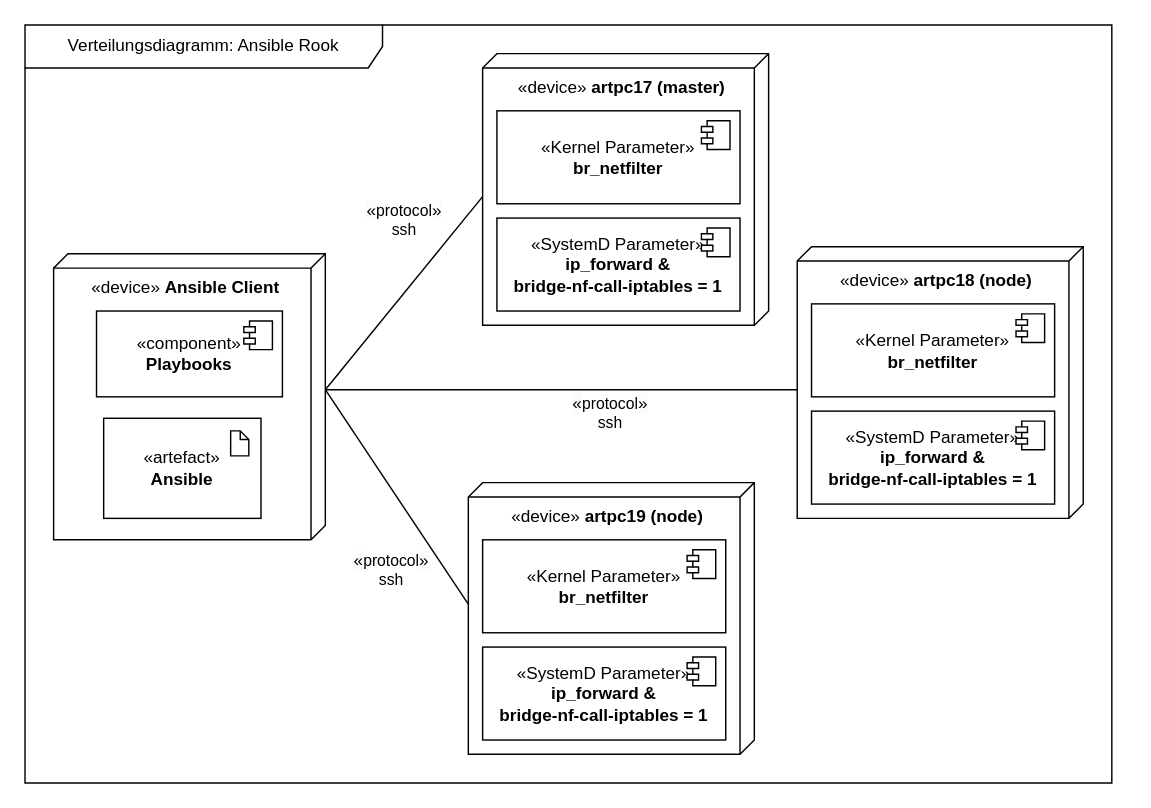
pogii123/drawio-charts keeps this draw.io diagram as uni-bsc/dd-ansible-rook.drawio. Above is the earlier version. Source tidied: cells renumbered, new cells numbered last; positions are measured from the earlier drawing's top-left corner, leaving out a move shared by most shapes. Both pictures are drawn from the tidied source at 143%, with x=0, y=0 at pixel (24, 24).
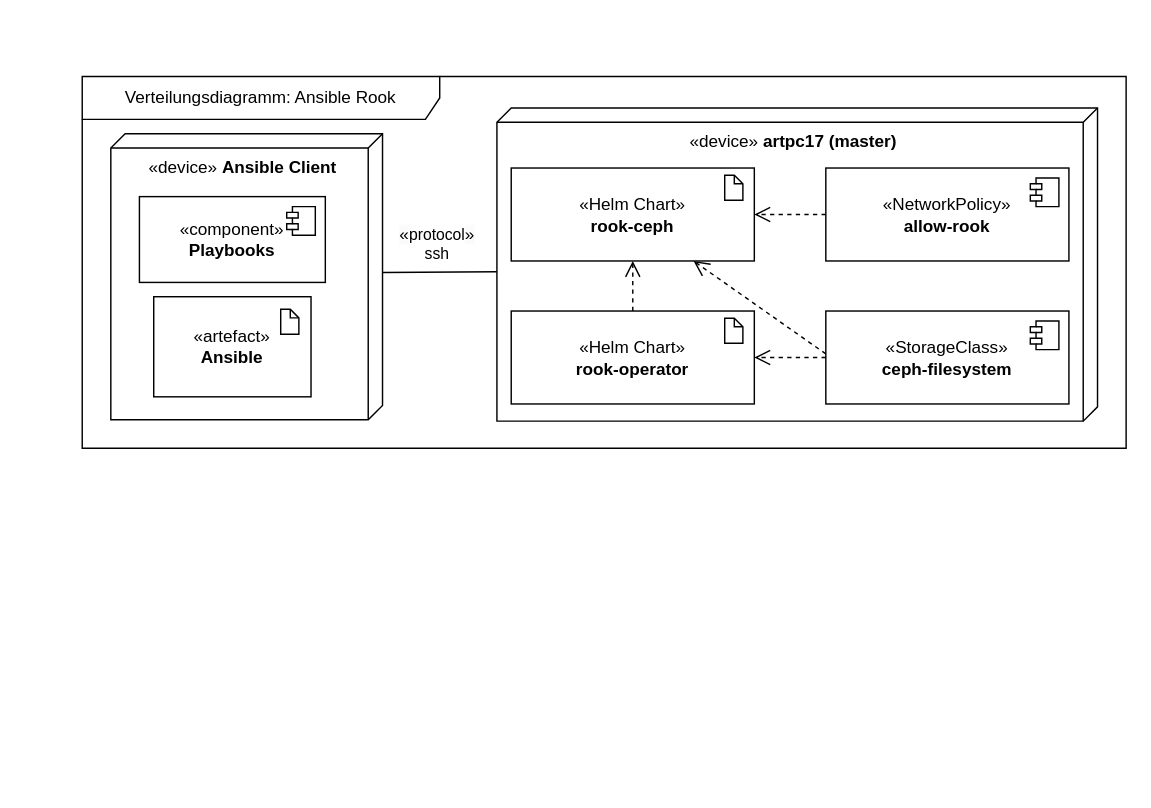
Above is the later version.

The edit, as a diff of the source:
```diff
@@
-    <mxCell id="2" style="rounded=0;jettySize=auto;html=1;exitX=0;exitY=0;exitDx=95;exitDy=0;exitPerimeter=0;entryX=0;entryY=0;entryDx=100;entryDy=190;entryPerimeter=0;endArrow=none;endFill=0;" parent="1" edge="1" source="7" target="19">
-      <mxGeometry relative="1" as="geometry" />
-    </mxCell>
-    <mxCell id="3" value="&lt;span style=&quot;font-size: 12px; text-wrap: wrap; background-color: rgb(251, 251, 251);&quot;&gt;«&lt;/span&gt;protocol&lt;span style=&quot;font-size: 12px; text-wrap: wrap; background-color: rgb(251, 251, 251);&quot;&gt;»&lt;/span&gt;&lt;br&gt;ssh" style="edgeLabel;html=1;align=center;verticalAlign=middle;" parent="2" vertex="1">
-      <mxGeometry x="0.06" y="4" relative="1" as="geometry">
-        <mxPoint x="-16" y="40" as="offset" />
-      </mxGeometry>
-    </mxCell>
-    <mxCell id="4" value="&lt;span style=&quot;font-size: 12px; text-wrap: wrap; background-color: rgb(251, 251, 251);&quot;&gt;«&lt;/span&gt;protocol&lt;span style=&quot;font-size: 12px; text-wrap: wrap; background-color: rgb(251, 251, 251);&quot;&gt;»&lt;/span&gt;&lt;br&gt;ssh" style="rounded=0;jettySize=auto;html=1;exitX=0;exitY=0;exitDx=95;exitDy=0;exitPerimeter=0;entryX=0;entryY=0;entryDx=100;entryDy=190;entryPerimeter=0;endArrow=none;endFill=0;" parent="1" edge="1" source="7" target="14">
-      <mxGeometry x="0.17" y="-16" relative="1" as="geometry" />
-    </mxCell>
-    <mxCell id="5" style="rounded=0;jettySize=auto;html=1;exitX=0;exitY=0;exitDx=95;exitDy=0;exitPerimeter=0;entryX=0;entryY=0;entryDx=100;entryDy=200;entryPerimeter=0;endArrow=none;endFill=0;" parent="1" edge="1" source="7" target="24">
-      <mxGeometry relative="1" as="geometry" />
+    <mxCell id="5" style="rounded=0;jettySize=auto;html=1;entryX=0;entryY=0;entryDx=114.5;entryDy=420;entryPerimeter=0;endArrow=none;endFill=0;" parent="1" edge="1" target="24">
+      <mxGeometry relative="1" as="geometry">
+        <mxPoint x="250" y="173" as="sourcePoint" />
+      </mxGeometry>
     </mxCell>
     <mxCell id="6" value="&lt;span style=&quot;font-size: 12px; text-wrap: wrap; background-color: rgb(251, 251, 251);&quot;&gt;«&lt;/span&gt;protocol&lt;span style=&quot;font-size: 12px; text-wrap: wrap; background-color: rgb(251, 251, 251);&quot;&gt;»&lt;/span&gt;&lt;br&gt;ssh" style="edgeLabel;html=1;align=center;verticalAlign=middle;" parent="5" vertex="1">
       <mxGeometry x="0.13" relative="1" as="geometry">
-        <mxPoint x="-7" y="-44" as="offset" />
+        <mxPoint x="-7" y="-20" as="offset" />
       </mxGeometry>
     </mxCell>
     <mxCell id="7" value="«device»&amp;nbsp;&lt;b&gt;Ansible Client&lt;/b&gt;" style="verticalAlign=top;align=center;shape=cube;size=10;direction=south;html=1;boundedLbl=1;spacingLeft=5;whiteSpace=wrap;" parent="1" vertex="1">
-      <mxGeometry x="20" y="160" width="190" height="200" as="geometry" />
+      <mxGeometry x="60" y="76" width="190" height="200" as="geometry" />
     </mxCell>
     <mxCell id="8" value="«component»&lt;br&gt;&lt;b&gt;Playbooks&lt;/b&gt;" style="html=1;whiteSpace=wrap;" parent="1" vertex="1">
-      <mxGeometry x="50" y="200" width="130" height="60" as="geometry" />
+      <mxGeometry x="80" y="120" width="130" height="60" as="geometry" />
     </mxCell>
@@
     <mxCell id="10" style="group;" parent="1" vertex="1">
-      <mxGeometry x="55" y="275" width="110" height="70" as="geometry" />
+      <mxGeometry x="90" y="190" width="110" height="70" as="geometry" />
     </mxCell>
@@
     <mxCell id="13" value="Verteilungsdiagramm: Ansible Rook" style="shape=umlFrame;whiteSpace=wrap;html=1;width=250;height=30;" parent="1" vertex="1">
-      <mxGeometry width="760" height="530" as="geometry" />
+      <mxGeometry x="40" y="36" width="730" height="260" as="geometry" />
     </mxCell>
-    <mxCell id="14" value="«device»&amp;nbsp;&lt;b&gt;artpc18 (node)&lt;/b&gt;" style="verticalAlign=top;align=center;shape=cube;size=10;direction=south;html=1;boundedLbl=1;spacingLeft=5;whiteSpace=wrap;" parent="1" vertex="1">
-      <mxGeometry x="540" y="155" width="200" height="190" as="geometry" />
-    </mxCell>
-    <mxCell id="15" value="«SystemD Parameter»&lt;br&gt;&lt;b&gt;ip_forward &amp;amp;&lt;br&gt;&lt;/b&gt;&lt;div&gt;&lt;b&gt;bridge-nf-call-iptables = 1&lt;/b&gt;&lt;/div&gt;" style="html=1;whiteSpace=wrap;" parent="1" vertex="1">
-      <mxGeometry x="550" y="270" width="170" height="65" as="geometry" />
-    </mxCell>
-    <mxCell id="16" style="shape=module;jettyWidth=8;jettyHeight=4;" parent="15" vertex="1">
-      <mxGeometry x="1" width="20" height="20" relative="1" as="geometry">
-        <mxPoint x="-27" y="7" as="offset" />
-      </mxGeometry>
-    </mxCell>
-    <mxCell id="17" value="«Kernel Parameter»&lt;br&gt;&lt;b&gt;br_netfilter&lt;/b&gt;" style="html=1;whiteSpace=wrap;" parent="1" vertex="1">
-      <mxGeometry x="550" y="195" width="170" height="65" as="geometry" />
-    </mxCell>
-    <mxCell id="18" style="shape=module;jettyWidth=8;jettyHeight=4;" parent="17" vertex="1">
-      <mxGeometry x="1" width="20" height="20" relative="1" as="geometry">
-        <mxPoint x="-27" y="7" as="offset" />
-      </mxGeometry>
-    </mxCell>
-    <mxCell id="19" value="«device»&amp;nbsp;&lt;b&gt;artpc19 (node)&lt;/b&gt;" style="verticalAlign=top;align=center;shape=cube;size=10;direction=south;html=1;boundedLbl=1;spacingLeft=5;whiteSpace=wrap;" parent="1" vertex="1">
-      <mxGeometry x="310" y="320" width="200" height="190" as="geometry" />
-    </mxCell>
-    <mxCell id="20" value="«SystemD Parameter»&lt;br&gt;&lt;b&gt;ip_forward &amp;amp;&lt;br&gt;&lt;/b&gt;&lt;div&gt;&lt;b&gt;bridge-nf-call-iptables = 1&lt;/b&gt;&lt;/div&gt;" style="html=1;whiteSpace=wrap;" parent="1" vertex="1">
-      <mxGeometry x="320" y="435" width="170" height="65" as="geometry" />
-    </mxCell>
-    <mxCell id="21" style="shape=module;jettyWidth=8;jettyHeight=4;" parent="20" vertex="1">
-      <mxGeometry x="1" width="20" height="20" relative="1" as="geometry">
-        <mxPoint x="-27" y="7" as="offset" />
-      </mxGeometry>
-    </mxCell>
-    <mxCell id="22" value="«Kernel Parameter»&lt;br&gt;&lt;b&gt;br_netfilter&lt;/b&gt;" style="html=1;whiteSpace=wrap;" parent="1" vertex="1">
-      <mxGeometry x="320" y="360" width="170" height="65" as="geometry" />
-    </mxCell>
-    <mxCell id="23" style="shape=module;jettyWidth=8;jettyHeight=4;" parent="22" vertex="1">
-      <mxGeometry x="1" width="20" height="20" relative="1" as="geometry">
-        <mxPoint x="-27" y="7" as="offset" />
-      </mxGeometry>
-    </mxCell>
     <mxCell id="24" value="«device»&amp;nbsp;&lt;b&gt;artpc17 (master)&lt;/b&gt;" style="verticalAlign=top;align=center;shape=cube;size=10;direction=south;html=1;boundedLbl=1;spacingLeft=5;whiteSpace=wrap;" parent="1" vertex="1">
-      <mxGeometry x="320" y="20" width="200" height="190" as="geometry" />
+      <mxGeometry x="330" y="58" width="420" height="219" as="geometry" />
     </mxCell>
-    <mxCell id="25" value="«SystemD Parameter»&lt;br&gt;&lt;b&gt;ip_forward &amp;amp;&lt;br&gt;&lt;/b&gt;&lt;div&gt;&lt;b&gt;bridge-nf-call-iptables = 1&lt;/b&gt;&lt;/div&gt;" style="html=1;whiteSpace=wrap;" parent="1" vertex="1">
-      <mxGeometry x="330" y="135" width="170" height="65" as="geometry" />
-    </mxCell>
-    <mxCell id="26" style="shape=module;jettyWidth=8;jettyHeight=4;" parent="25" vertex="1">
-      <mxGeometry x="1" width="20" height="20" relative="1" as="geometry">
-        <mxPoint x="-27" y="7" as="offset" />
-      </mxGeometry>
-    </mxCell>
-    <mxCell id="27" value="«Kernel Parameter»&lt;br&gt;&lt;b&gt;br_netfilter&lt;/b&gt;" style="html=1;whiteSpace=wrap;" parent="1" vertex="1">
-      <mxGeometry x="330" y="60" width="170" height="65" as="geometry" />
+    <mxCell id="27" value="«NetworkPolicy»&lt;br&gt;&lt;b&gt;allow-rook&lt;/b&gt;" style="html=1;whiteSpace=wrap;" parent="1" vertex="1">
+      <mxGeometry x="560" y="100" width="170" height="65" as="geometry" />
     </mxCell>
@@
+    <mxCell id="29" style="rounded=0;jettySize=auto;html=1;exitX=0;exitY=0.5;exitDx=0;exitDy=0;entryX=1;entryY=0.5;entryDx=0;entryDy=0;dashed=1;endArrow=open;endFill=0;strokeWidth=1;endSize=9;startSize=6;" parent="1" edge="1" source="27" target="25">
+      <mxGeometry relative="1" as="geometry" />
+    </mxCell>
+    <mxCell id="30" style="group;" parent="1" vertex="1">
+      <mxGeometry x="340" y="100" width="170" height="65" as="geometry" />
+    </mxCell>
+    <mxCell id="25" value="«Helm Chart»&lt;br&gt;&lt;b&gt;rook-ceph&lt;/b&gt;" style="html=1;whiteSpace=wrap;" parent="30" vertex="1">
+      <mxGeometry width="170" height="65" as="geometry" />
+    </mxCell>
+    <mxCell id="31" style="shape=note2;boundedLbl=1;whiteSpace=wrap;html=1;size=6;verticalAlign=top;align=left;spacingLeft=5;" parent="30" vertex="1">
+      <mxGeometry x="149.3" y="5" width="12.7" height="17.5" as="geometry" />
+    </mxCell>
+    <mxCell id="32" style="group;" parent="1" vertex="1">
+      <mxGeometry x="340" y="200" width="170" height="65" as="geometry" />
+    </mxCell>
+    <mxCell id="33" value="«Helm Chart»&lt;br&gt;&lt;b&gt;rook-operator&lt;/b&gt;" style="html=1;whiteSpace=wrap;" parent="32" vertex="1">
+      <mxGeometry width="170" height="65" as="geometry" />
+    </mxCell>
+    <mxCell id="34" style="shape=note2;boundedLbl=1;whiteSpace=wrap;html=1;size=6;verticalAlign=top;align=left;spacingLeft=5;" parent="32" vertex="1">
+      <mxGeometry x="149.3" y="5" width="12.7" height="17.5" as="geometry" />
+    </mxCell>
+    <mxCell id="35" style="rounded=0;jettySize=auto;html=1;exitX=0.5;exitY=0;exitDx=0;exitDy=0;entryX=0.5;entryY=1;entryDx=0;entryDy=0;dashed=1;endArrow=open;endFill=0;strokeWidth=1;endSize=9;startSize=6;" parent="1" edge="1" source="33" target="25">
+      <mxGeometry relative="1" as="geometry" />
+    </mxCell>
+    <mxCell id="36" value="«StorageClass»&lt;br&gt;&lt;b&gt;ceph-filesystem&lt;/b&gt;" style="html=1;whiteSpace=wrap;" parent="1" vertex="1">
+      <mxGeometry x="560" y="200" width="170" height="65" as="geometry" />
+    </mxCell>
+    <mxCell id="37" style="shape=module;jettyWidth=8;jettyHeight=4;" parent="36" vertex="1">
+      <mxGeometry x="1" width="20" height="20" relative="1" as="geometry">
+        <mxPoint x="-27" y="7" as="offset" />
+      </mxGeometry>
+    </mxCell>
+    <mxCell id="38" style="rounded=0;jettySize=auto;html=1;exitX=0;exitY=0.5;exitDx=0;exitDy=0;entryX=1;entryY=0.5;entryDx=0;entryDy=0;dashed=1;endArrow=open;endFill=0;strokeWidth=1;endSize=9;startSize=6;" parent="1" edge="1" source="36" target="33">
+      <mxGeometry relative="1" as="geometry" />
+    </mxCell>
+    <mxCell id="39" style="rounded=0;jettySize=auto;html=1;dashed=1;endArrow=open;endFill=0;strokeWidth=1;endSize=9;startSize=6;entryX=0.75;entryY=1;entryDx=0;entryDy=0;" parent="1" edge="1" target="25">
+      <mxGeometry relative="1" as="geometry">
+        <mxPoint x="560" y="230" as="sourcePoint" />
+      </mxGeometry>
+    </mxCell>
```
